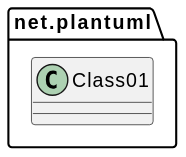
Earlier version of the PlantUML export test/nonreg/graphml/docs/classdiagram/GML0047_Test.svg (plantuml/plantuml). The source it was exported from:
```plantuml
@startuml
package "net.plantuml" <<Folder>> {
class Class01
}
@enduml
```
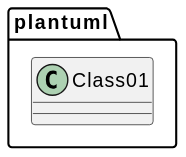
The same file after the commit.

What changed in the source:
```diff
@@ -1,5 +1,5 @@
 @startuml
-package "net.plantuml" <<Folder>> {
+package "plantuml" <<Folder>> {
 class Class01
 }
 @enduml
```
